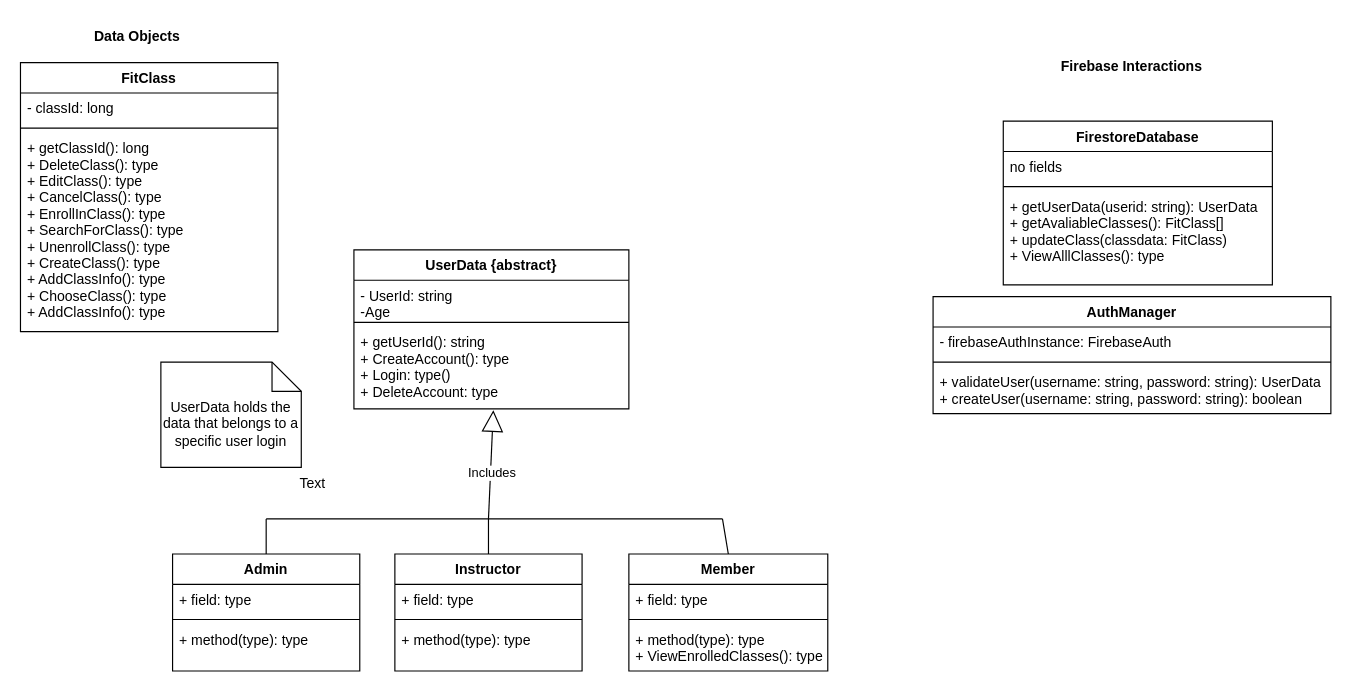
The draw.io diagram docs/diagrams/UML_Class_Diagram.drawio in ritvik130/Fitbits, before the edit. Source tidied: cells renumbered, new cells numbered last; positions are measured from the earlier drawing's top-left corner, leaving out a move shared by most shapes. Both pictures are drawn from the tidied source at 117%, with x=0, y=0 at pixel (20, 20).
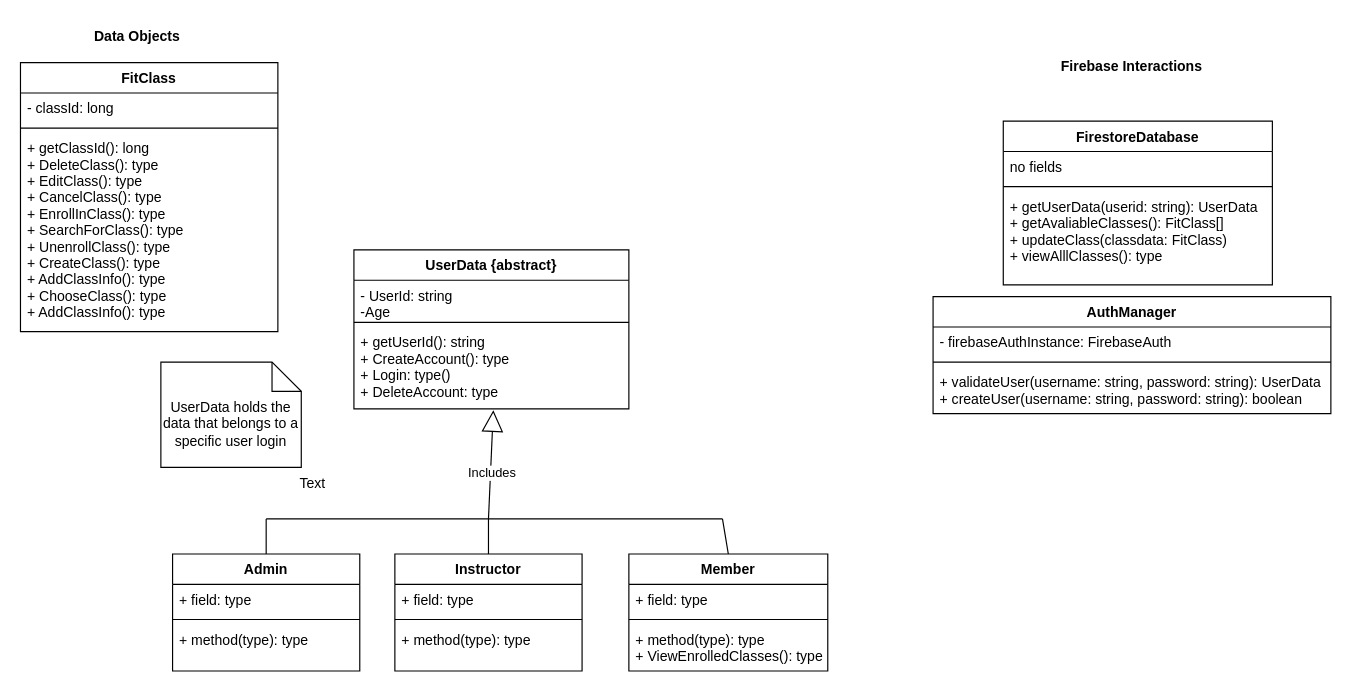
The same diagram, later.

Unchanged cells that the change refers to:
```xml
<mxCell id="2" value="FirestoreDatabase&#10;" style="swimlane;fontStyle=1;align=center;verticalAlign=top;horizontal=1;startSize=26;" parent="1" vertex="1">
  <mxGeometry x="840" y="86" width="230" height="140" as="geometry" />
</mxCell>
```

Change to the diagram source:
```diff
@@
-    <mxCell id="5" value="+ getUserData(userid: string): UserData&#10;+ getAvaliableClasses(): FitClass[]&#10;+ updateClass(classdata: FitClass)&#10;+ ViewAlllClasses(): type&#10;" style="text;strokeColor=none;fillColor=none;align=left;verticalAlign=top;spacingLeft=4;spacingRight=4;overflow=hidden;" parent="2" vertex="1">
+    <mxCell id="5" value="+ getUserData(userid: string): UserData&#10;+ getAvaliableClasses(): FitClass[]&#10;+ updateClass(classdata: FitClass)&#10;+ viewAlllClasses(): type&#10;" style="text;strokeColor=none;fillColor=none;align=left;verticalAlign=top;spacingLeft=4;spacingRight=4;overflow=hidden;" parent="2" vertex="1">
       <mxGeometry y="60" width="230" height="80" as="geometry" />
     </mxCell>
```
